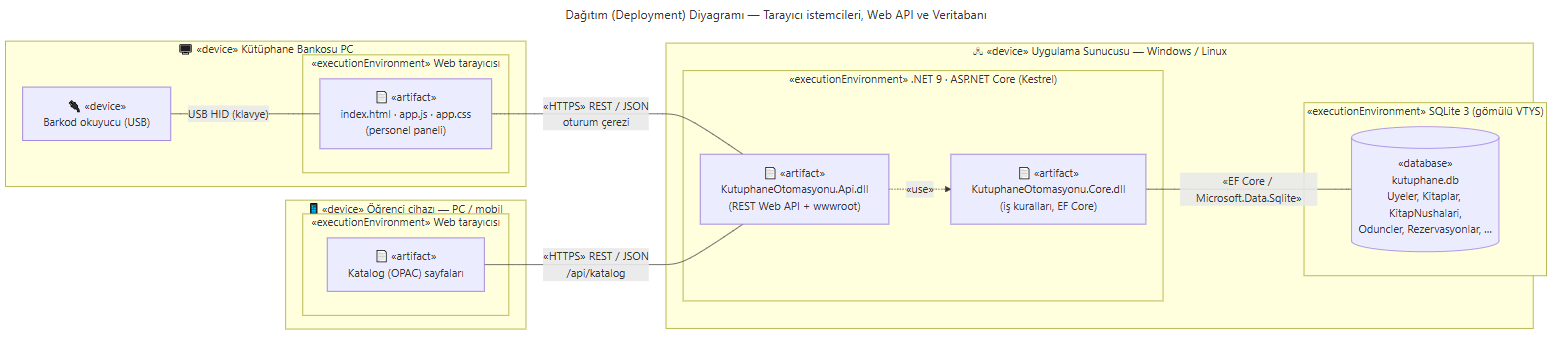
sudenurozturkk/KutuphaneOtomasyonu keeps this Mermaid diagram as docs/uml/4-dagitim-diyagrami.png. Above is the earlier version. Its source is kept beside it as docs/uml/4-dagitim-diyagrami.mmd.
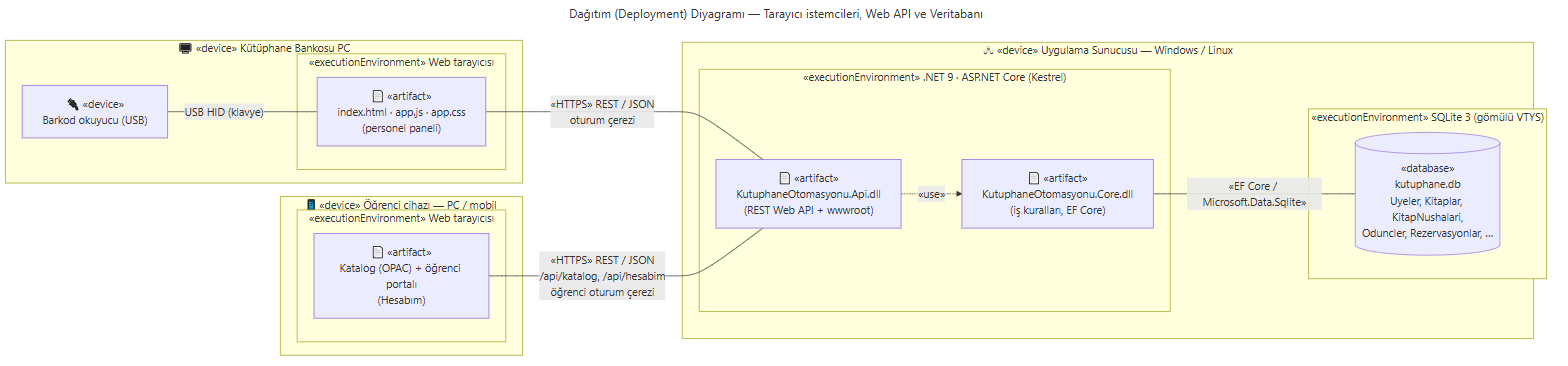
The same file after the commit.

Change to the diagram source:
```diff
@@ -11,7 +11,7 @@
 
     subgraph OGR["📱 «device» Öğrenci cihazı — PC / mobil"]
         subgraph TR2["«executionEnvironment» Web tarayıcısı"]
-            A4["📄 «artifact»<br/>Katalog (OPAC) sayfaları"]
+            A4["📄 «artifact»<br/>Katalog (OPAC) + öğrenci portalı<br/>(Hesabım)"]
         end
     end
 
@@ -27,6 +27,6 @@
 
     BR -- "USB HID (klavye)" --- A1
     A1 -- "«HTTPS» REST / JSON<br/>oturum çerezi" --- A2
-    A4 -- "«HTTPS» REST / JSON<br/>/api/katalog" --- A2
+    A4 -- "«HTTPS» REST / JSON<br/>/api/katalog, /api/hesabim<br/>öğrenci oturum çerezi" --- A2
     A2 -. "«use»" .-> A3
     A3 -- "«EF Core / Microsoft.Data.Sqlite»" --- DB
```
